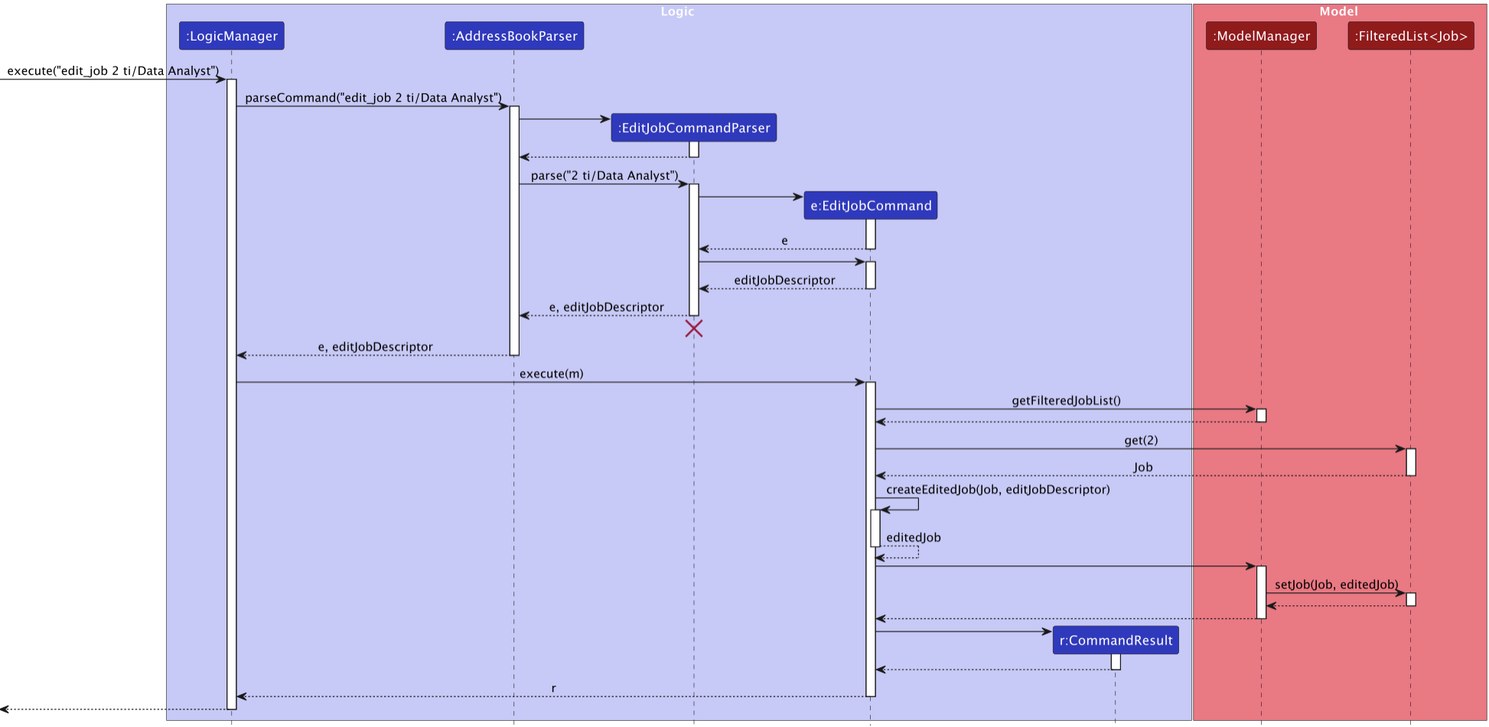
The PlantUML diagram docs/images/EditJobSequenceDiagram.png in leeweiming3/tp, before a commit. Its source is kept beside it as docs/diagrams/EditJobSequenceDiagram.puml.
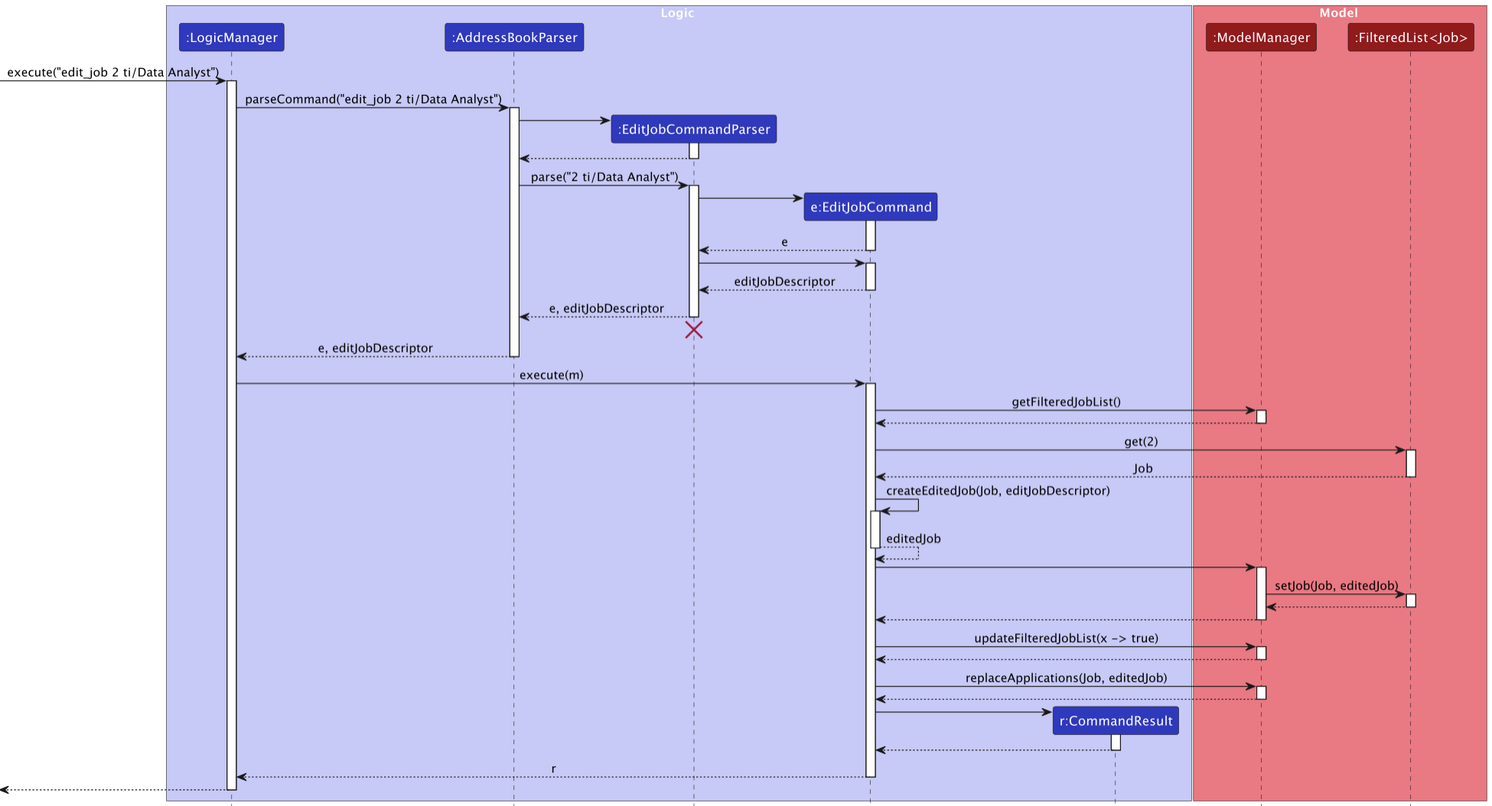
Above is the later version.

Commit message:
Fix editjob UML

What changed in the source:
```diff
@@ -85,6 +85,18 @@
 ModelManager --> EditJobCommand
 deactivate ModelManager
 
+EditJobCommand -> ModelManager : updateFilteredJobList(x -> true)
+activate ModelManager
+
+ModelManager --> EditJobCommand
+deactivate ModelManager
+
+EditJobCommand -> ModelManager : replaceApplications(Job, editedJob)
+activate ModelManager
+
+ModelManager --> EditJobCommand
+deactivate ModelManager
+
 create CommandResult
 EditJobCommand -> CommandResult
 activate CommandResult
```
